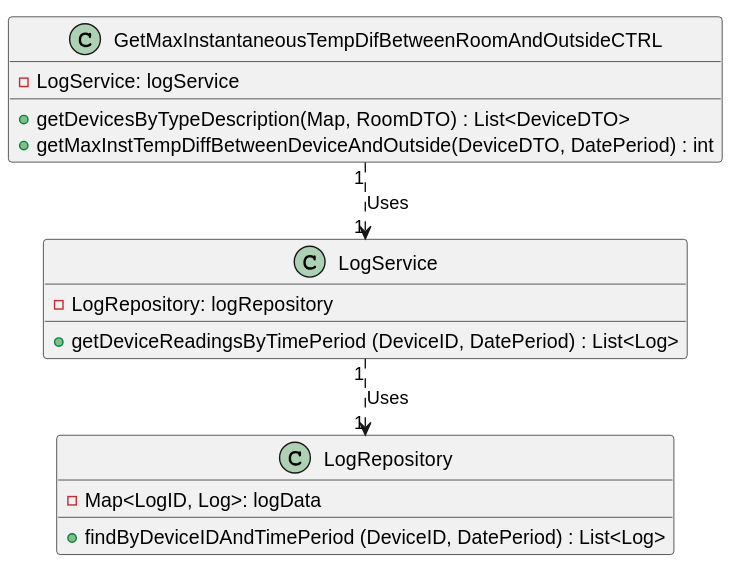
This is docs/useCases/uc13_toGetMaxInstTempDifBetweenDeviceAndOutside/artifacts/uc13_CD.svg from olivDiogo/SmartHome, a PlantUML export, as it was before one commit. Source of this version:
```plantuml
@startuml
!pragma layout smetana


class GetMaxInstantaneousTempDifBetweenRoomAndOutsideCTRL {
- LogService: logService


+ getDevicesByTypeDescription(Map, RoomDTO) : List<DeviceDTO>
+ getMaxInstTempDiffBetweenDeviceAndOutside(DeviceDTO, DatePeriod) : int
}

class LogService {
- LogRepository: logRepository

+ getDeviceReadingsByTimePeriod (DeviceID, DatePeriod) : List<Log>
}

class LogRepository {
- Map<LogID, Log>: logData

+ findByDeviceIDAndTimePeriod (DeviceID, DatePeriod) : List<Log>

}

GetMaxInstantaneousTempDifBetweenRoomAndOutsideCTRL "1" ..> "1" LogService : Uses
LogService "1" ..> "1" LogRepository : Uses
@enduml
```
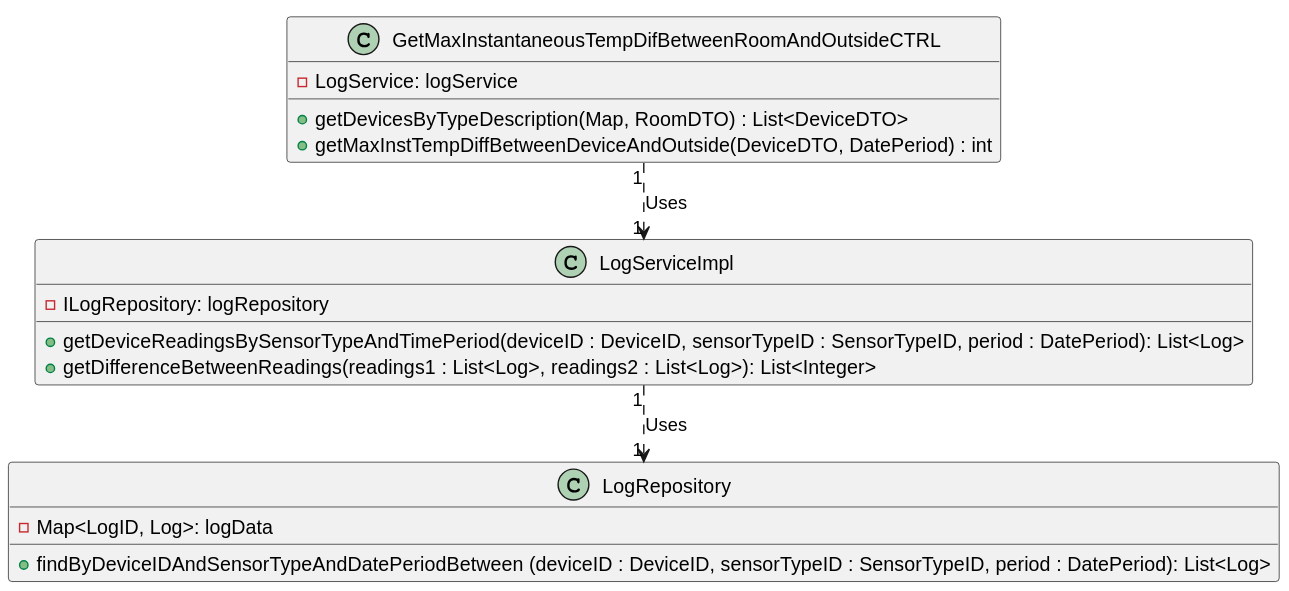
The same diagram one commit later.

Commit message:
#397 fix: fixing uc13 Class Diagram

What changed in the source:
```diff
@@ -10,19 +10,19 @@
 + getMaxInstTempDiffBetweenDeviceAndOutside(DeviceDTO, DatePeriod) : int
 }
 
-class LogService {
-- LogRepository: logRepository
+class LogServiceImpl {
+- ILogRepository: logRepository
 
-+ getDeviceReadingsByTimePeriod (DeviceID, DatePeriod) : List<Log>
++ getDeviceReadingsBySensorTypeAndTimePeriod(deviceID : DeviceID, sensorTypeID : SensorTypeID, period : DatePeriod): List<Log>
++ getDifferenceBetweenReadings(readings1 : List<Log>, readings2 : List<Log>): List<Integer>
 }
 
 class LogRepository {
 - Map<LogID, Log>: logData
 
-+ findByDeviceIDAndTimePeriod (DeviceID, DatePeriod) : List<Log>
-
++ findByDeviceIDAndSensorTypeAndDatePeriodBetween (deviceID : DeviceID, sensorTypeID : SensorTypeID, period : DatePeriod): List<Log>
 }
 
-GetMaxInstantaneousTempDifBetweenRoomAndOutsideCTRL "1" ..> "1" LogService : Uses
-LogService "1" ..> "1" LogRepository : Uses
+GetMaxInstantaneousTempDifBetweenRoomAndOutsideCTRL "1" ..> "1" LogServiceImpl : Uses
+LogServiceImpl "1" ..> "1" LogRepository : Uses
 @enduml
```
